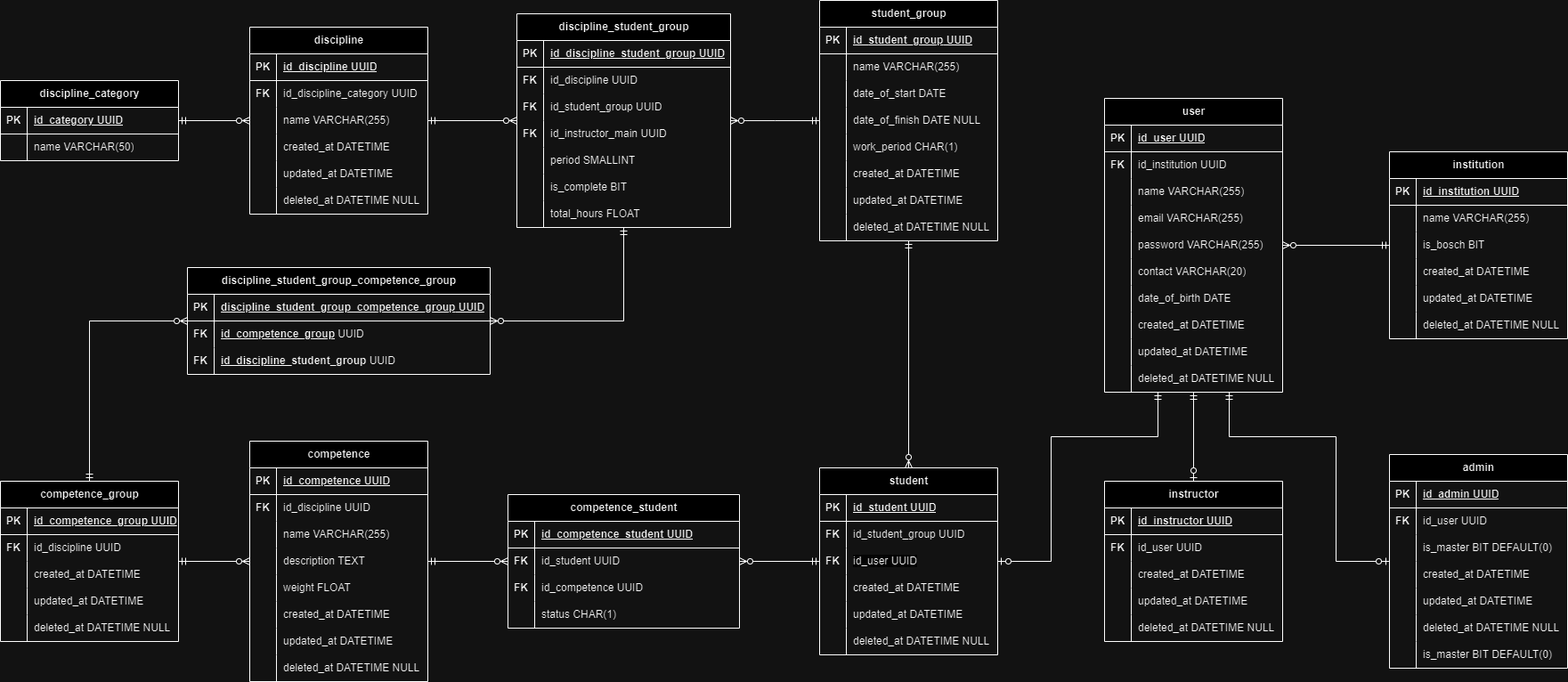
Above: docs/Databse/ETSystemDB.drawio.png in AndreLuisPLuz/ETSystemBack (draw.io), before the change. Source tidied: cells renumbered, new cells last; positions are measured from the earlier drawing's top-left corner, leaving out a move shared by most shapes.
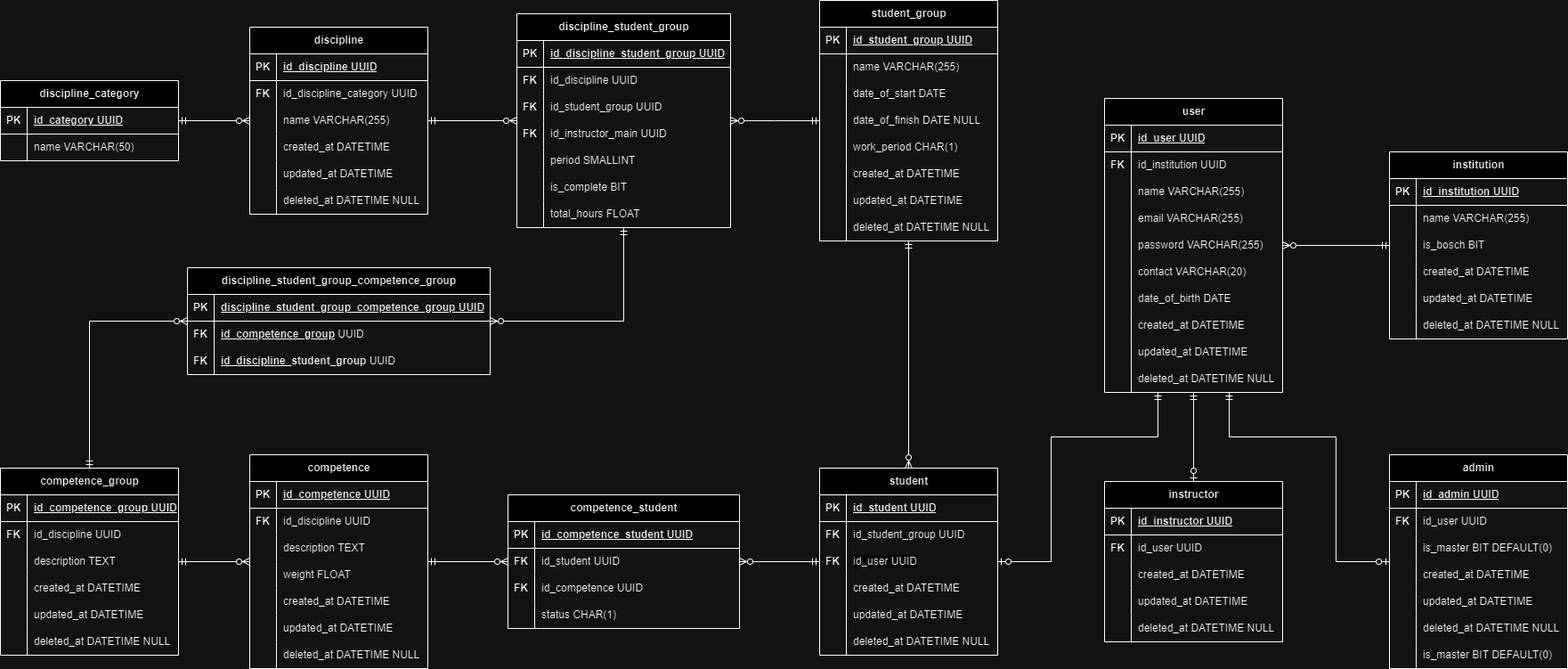
Later version of the same file.

Commit message:
fix: description competence

Change to the diagram source:
```diff
@@ -601,7 +601,7 @@
       </mxGeometry>
     </mxCell>
     <mxCell id="193" value="competence_group" style="shape=table;startSize=30;rowLines=0;fontStyle=1;align=center;html=1;" parent="1" vertex="1">
-      <mxGeometry y="540" width="200" height="180" as="geometry" />
+      <mxGeometry y="525" width="200" height="210" as="geometry" />
     </mxCell>
     <mxCell id="194" style="shape=tableRow;horizontal=0;startSize=0;swimlaneHead=0;swimlaneBody=0;fillColor=none;top=0;left=0;right=0;bottom=1;" parent="193" vertex="1">
       <mxGeometry y="30" width="200" height="30" as="geometry" />
@@ -621,8 +621,17 @@
     <mxCell id="199" value="id_discipline&amp;nbsp;UUID" style="shape=partialRectangle;fillColor=none;top=0;left=0;bottom=0;right=0;align=left;spacingLeft=6;overflow=hidden;whiteSpace=wrap;html=1;" parent="197" vertex="1">
       <mxGeometry x="30" width="170" height="30" as="geometry" />
     </mxCell>
+    <mxCell id="217" style="shape=tableRow;horizontal=0;startSize=0;swimlaneHead=0;swimlaneBody=0;fillColor=none;top=0;left=0;right=0;bottom=0;" parent="193" vertex="1">
+      <mxGeometry y="90" width="200" height="30" as="geometry" />
+    </mxCell>
+    <mxCell id="218" style="shape=partialRectangle;fillColor=none;top=0;left=0;bottom=0;right=0;overflow=hidden;whiteSpace=wrap;html=1;" parent="217" vertex="1">
+      <mxGeometry width="30" height="30" as="geometry" />
+    </mxCell>
+    <mxCell id="259" value="description TEXT" style="shape=partialRectangle;fillColor=none;top=0;left=0;bottom=0;right=0;align=left;spacingLeft=6;overflow=hidden;whiteSpace=wrap;html=1;" parent="217" vertex="1">
+      <mxGeometry x="30" width="170" height="30" as="geometry" />
+    </mxCell>
     <mxCell id="200" style="shape=tableRow;horizontal=0;startSize=0;swimlaneHead=0;swimlaneBody=0;fillColor=none;top=0;left=0;right=0;bottom=0;" parent="193" vertex="1">
-      <mxGeometry y="90" width="200" height="30" as="geometry" />
+      <mxGeometry y="120" width="200" height="30" as="geometry" />
     </mxCell>
     <mxCell id="201" style="shape=partialRectangle;fillColor=none;top=0;left=0;bottom=0;right=0;overflow=hidden;whiteSpace=wrap;html=1;" parent="200" vertex="1">
       <mxGeometry width="30" height="30" as="geometry" />
@@ -631,7 +640,7 @@
       <mxGeometry x="30" width="170" height="30" as="geometry" />
     </mxCell>
     <mxCell id="203" style="shape=tableRow;horizontal=0;startSize=0;swimlaneHead=0;swimlaneBody=0;fillColor=none;top=0;left=0;right=0;bottom=0;" parent="193" vertex="1">
-      <mxGeometry y="120" width="200" height="30" as="geometry" />
+      <mxGeometry y="150" width="200" height="30" as="geometry" />
     </mxCell>
     <mxCell id="204" style="shape=partialRectangle;fillColor=none;top=0;left=0;bottom=0;right=0;overflow=hidden;whiteSpace=wrap;html=1;" parent="203" vertex="1">
       <mxGeometry width="30" height="30" as="geometry" />
@@ -640,7 +649,7 @@
       <mxGeometry x="30" width="170" height="30" as="geometry" />
     </mxCell>
     <mxCell id="206" style="shape=tableRow;horizontal=0;startSize=0;swimlaneHead=0;swimlaneBody=0;fillColor=none;top=0;left=0;right=0;bottom=0;" parent="193" vertex="1">
-      <mxGeometry y="150" width="200" height="30" as="geometry" />
+      <mxGeometry y="180" width="200" height="30" as="geometry" />
     </mxCell>
     <mxCell id="207" style="shape=partialRectangle;fillColor=none;top=0;left=0;bottom=0;right=0;overflow=hidden;whiteSpace=wrap;html=1;" parent="206" vertex="1">
       <mxGeometry width="30" height="30" as="geometry" />
@@ -652,7 +661,7 @@
       <mxGeometry relative="1" as="geometry" />
     </mxCell>
     <mxCell id="210" value="competence" style="shape=table;startSize=30;rowLines=0;fontStyle=1;align=center;html=1;" parent="1" vertex="1">
-      <mxGeometry x="280" y="495" width="200" height="270" as="geometry" />
+      <mxGeometry x="280" y="510" width="200" height="240" as="geometry" />
     </mxCell>
     <mxCell id="211" style="shape=tableRow;horizontal=0;startSize=0;swimlaneHead=0;swimlaneBody=0;fillColor=none;top=0;left=0;right=0;bottom=1;" parent="210" vertex="1">
       <mxGeometry y="30" width="200" height="30" as="geometry" />
@@ -672,17 +681,8 @@
     <mxCell id="216" value="id_discipline&amp;nbsp;UUID" style="shape=partialRectangle;fillColor=none;top=0;left=0;bottom=0;right=0;align=left;spacingLeft=6;overflow=hidden;whiteSpace=wrap;html=1;" parent="214" vertex="1">
       <mxGeometry x="30" width="170" height="30" as="geometry" />
     </mxCell>
-    <mxCell id="217" style="shape=tableRow;horizontal=0;startSize=0;swimlaneHead=0;swimlaneBody=0;fillColor=none;top=0;left=0;right=0;bottom=0;" parent="210" vertex="1">
-      <mxGeometry y="90" width="200" height="30" as="geometry" />
-    </mxCell>
-    <mxCell id="218" style="shape=partialRectangle;fillColor=none;top=0;left=0;bottom=0;right=0;overflow=hidden;whiteSpace=wrap;html=1;" parent="217" vertex="1">
-      <mxGeometry width="30" height="30" as="geometry" />
-    </mxCell>
-    <mxCell id="219" value="name VARCHAR(255)" style="shape=partialRectangle;fillColor=none;top=0;left=0;bottom=0;right=0;align=left;spacingLeft=6;overflow=hidden;whiteSpace=wrap;html=1;" parent="217" vertex="1">
-      <mxGeometry x="30" width="170" height="30" as="geometry" />
-    </mxCell>
     <mxCell id="220" style="shape=tableRow;horizontal=0;startSize=0;swimlaneHead=0;swimlaneBody=0;fillColor=none;top=0;left=0;right=0;bottom=0;" parent="210" vertex="1">
-      <mxGeometry y="120" width="200" height="30" as="geometry" />
+      <mxGeometry y="90" width="200" height="30" as="geometry" />
     </mxCell>
     <mxCell id="221" style="shape=partialRectangle;fillColor=none;top=0;left=0;bottom=0;right=0;overflow=hidden;whiteSpace=wrap;html=1;" parent="220" vertex="1">
       <mxGeometry width="30" height="30" as="geometry" />
@@ -691,7 +691,7 @@
       <mxGeometry x="30" width="170" height="30" as="geometry" />
     </mxCell>
     <mxCell id="223" style="shape=tableRow;horizontal=0;startSize=0;swimlaneHead=0;swimlaneBody=0;fillColor=none;top=0;left=0;right=0;bottom=0;" parent="210" vertex="1">
-      <mxGeometry y="150" width="200" height="30" as="geometry" />
+      <mxGeometry y="120" width="200" height="30" as="geometry" />
     </mxCell>
     <mxCell id="224" style="shape=partialRectangle;fillColor=none;top=0;left=0;bottom=0;right=0;overflow=hidden;whiteSpace=wrap;html=1;" parent="223" vertex="1">
       <mxGeometry width="30" height="30" as="geometry" />
@@ -700,7 +700,7 @@
       <mxGeometry x="30" width="170" height="30" as="geometry" />
     </mxCell>
     <mxCell id="226" style="shape=tableRow;horizontal=0;startSize=0;swimlaneHead=0;swimlaneBody=0;fillColor=none;top=0;left=0;right=0;bottom=0;" parent="210" vertex="1">
-      <mxGeometry y="180" width="200" height="30" as="geometry" />
+      <mxGeometry y="150" width="200" height="30" as="geometry" />
     </mxCell>
     <mxCell id="227" style="shape=partialRectangle;fillColor=none;top=0;left=0;bottom=0;right=0;overflow=hidden;whiteSpace=wrap;html=1;" parent="226" vertex="1">
       <mxGeometry width="30" height="30" as="geometry" />
@@ -709,7 +709,7 @@
       <mxGeometry x="30" width="170" height="30" as="geometry" />
     </mxCell>
     <mxCell id="229" style="shape=tableRow;horizontal=0;startSize=0;swimlaneHead=0;swimlaneBody=0;fillColor=none;top=0;left=0;right=0;bottom=0;" parent="210" vertex="1">
-      <mxGeometry y="210" width="200" height="30" as="geometry" />
+      <mxGeometry y="180" width="200" height="30" as="geometry" />
     </mxCell>
     <mxCell id="230" style="shape=partialRectangle;fillColor=none;top=0;left=0;bottom=0;right=0;overflow=hidden;whiteSpace=wrap;html=1;" parent="229" vertex="1">
       <mxGeometry width="30" height="30" as="geometry" />
@@ -718,7 +718,7 @@
       <mxGeometry x="30" width="170" height="30" as="geometry" />
     </mxCell>
     <mxCell id="232" style="shape=tableRow;horizontal=0;startSize=0;swimlaneHead=0;swimlaneBody=0;fillColor=none;top=0;left=0;right=0;bottom=0;" parent="210" vertex="1">
-      <mxGeometry y="240" width="200" height="30" as="geometry" />
+      <mxGeometry y="210" width="200" height="30" as="geometry" />
     </mxCell>
     <mxCell id="233" style="shape=partialRectangle;fillColor=none;top=0;left=0;bottom=0;right=0;overflow=hidden;whiteSpace=wrap;html=1;" parent="232" vertex="1">
       <mxGeometry width="30" height="30" as="geometry" />
```
